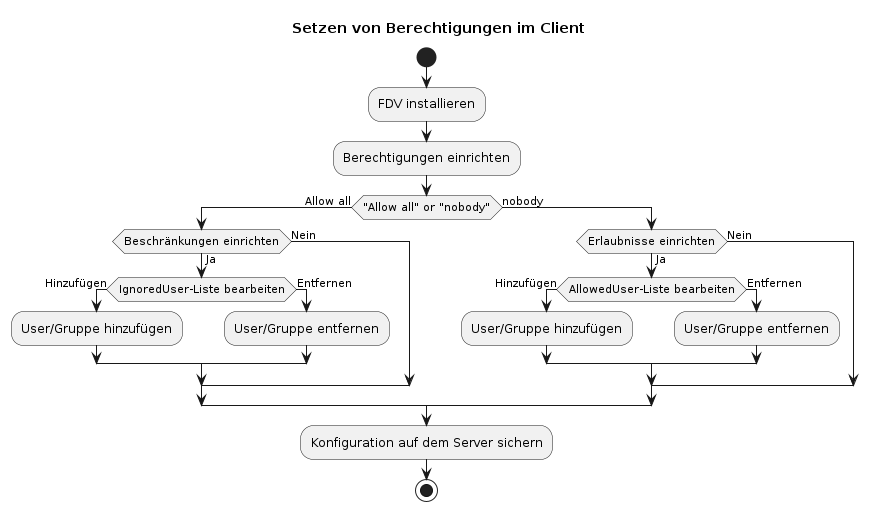
Before: images/diagrams/TI-Messenger-Client/Berechtigungen_setzen.png, a diagram exported from PlantUML (gematik/api-ti-messenger). Its diagram source:
```plantuml
@startuml
title Setzen von Berechtigungen im Client
skinparam ConditionEndStyle hline
start
:FDV installieren;
:Berechtigungen einrichten;

if ("Allow all" or "nobody") then (Allow all)
  if(Beschränkungen einrichten) then (Ja)
    if(IgnoredUser-Liste bearbeiten) then (Hinzufügen)
    :User/Gruppe hinzufügen;
    else (Entfernen)
    :User/Gruppe entfernen;
    endif
  else(Nein)
  endif
else (nobody)
  if(Erlaubnisse einrichten) then (Ja)
    if(AllowedUser-Liste bearbeiten) then (Hinzufügen)
    :User/Gruppe hinzufügen;
    else (Entfernen)
    :User/Gruppe entfernen;
    endif
  else(Nein)
  endif
endif
:Konfiguration auf dem Server sichern;
stop

@enduml
```
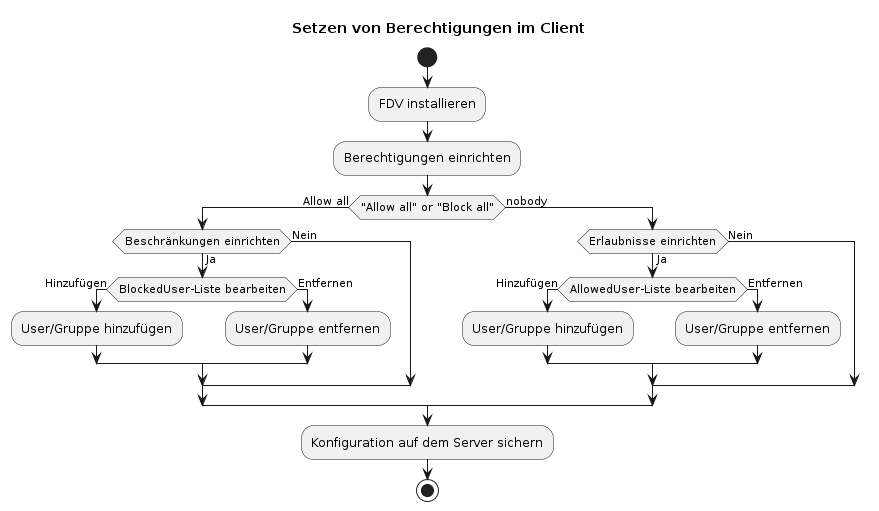
After the change.

What changed in the source:
```diff
@@ -5,9 +5,9 @@
 :FDV installieren;
 :Berechtigungen einrichten;
 
-if ("Allow all" or "nobody") then (Allow all)
+if ("Allow all" or "Block all") then (Allow all)
   if(Beschränkungen einrichten) then (Ja)
-    if(IgnoredUser-Liste bearbeiten) then (Hinzufügen)
+    if(BlockedUser-Liste bearbeiten) then (Hinzufügen)
     :User/Gruppe hinzufügen;
     else (Entfernen)
     :User/Gruppe entfernen;
```
